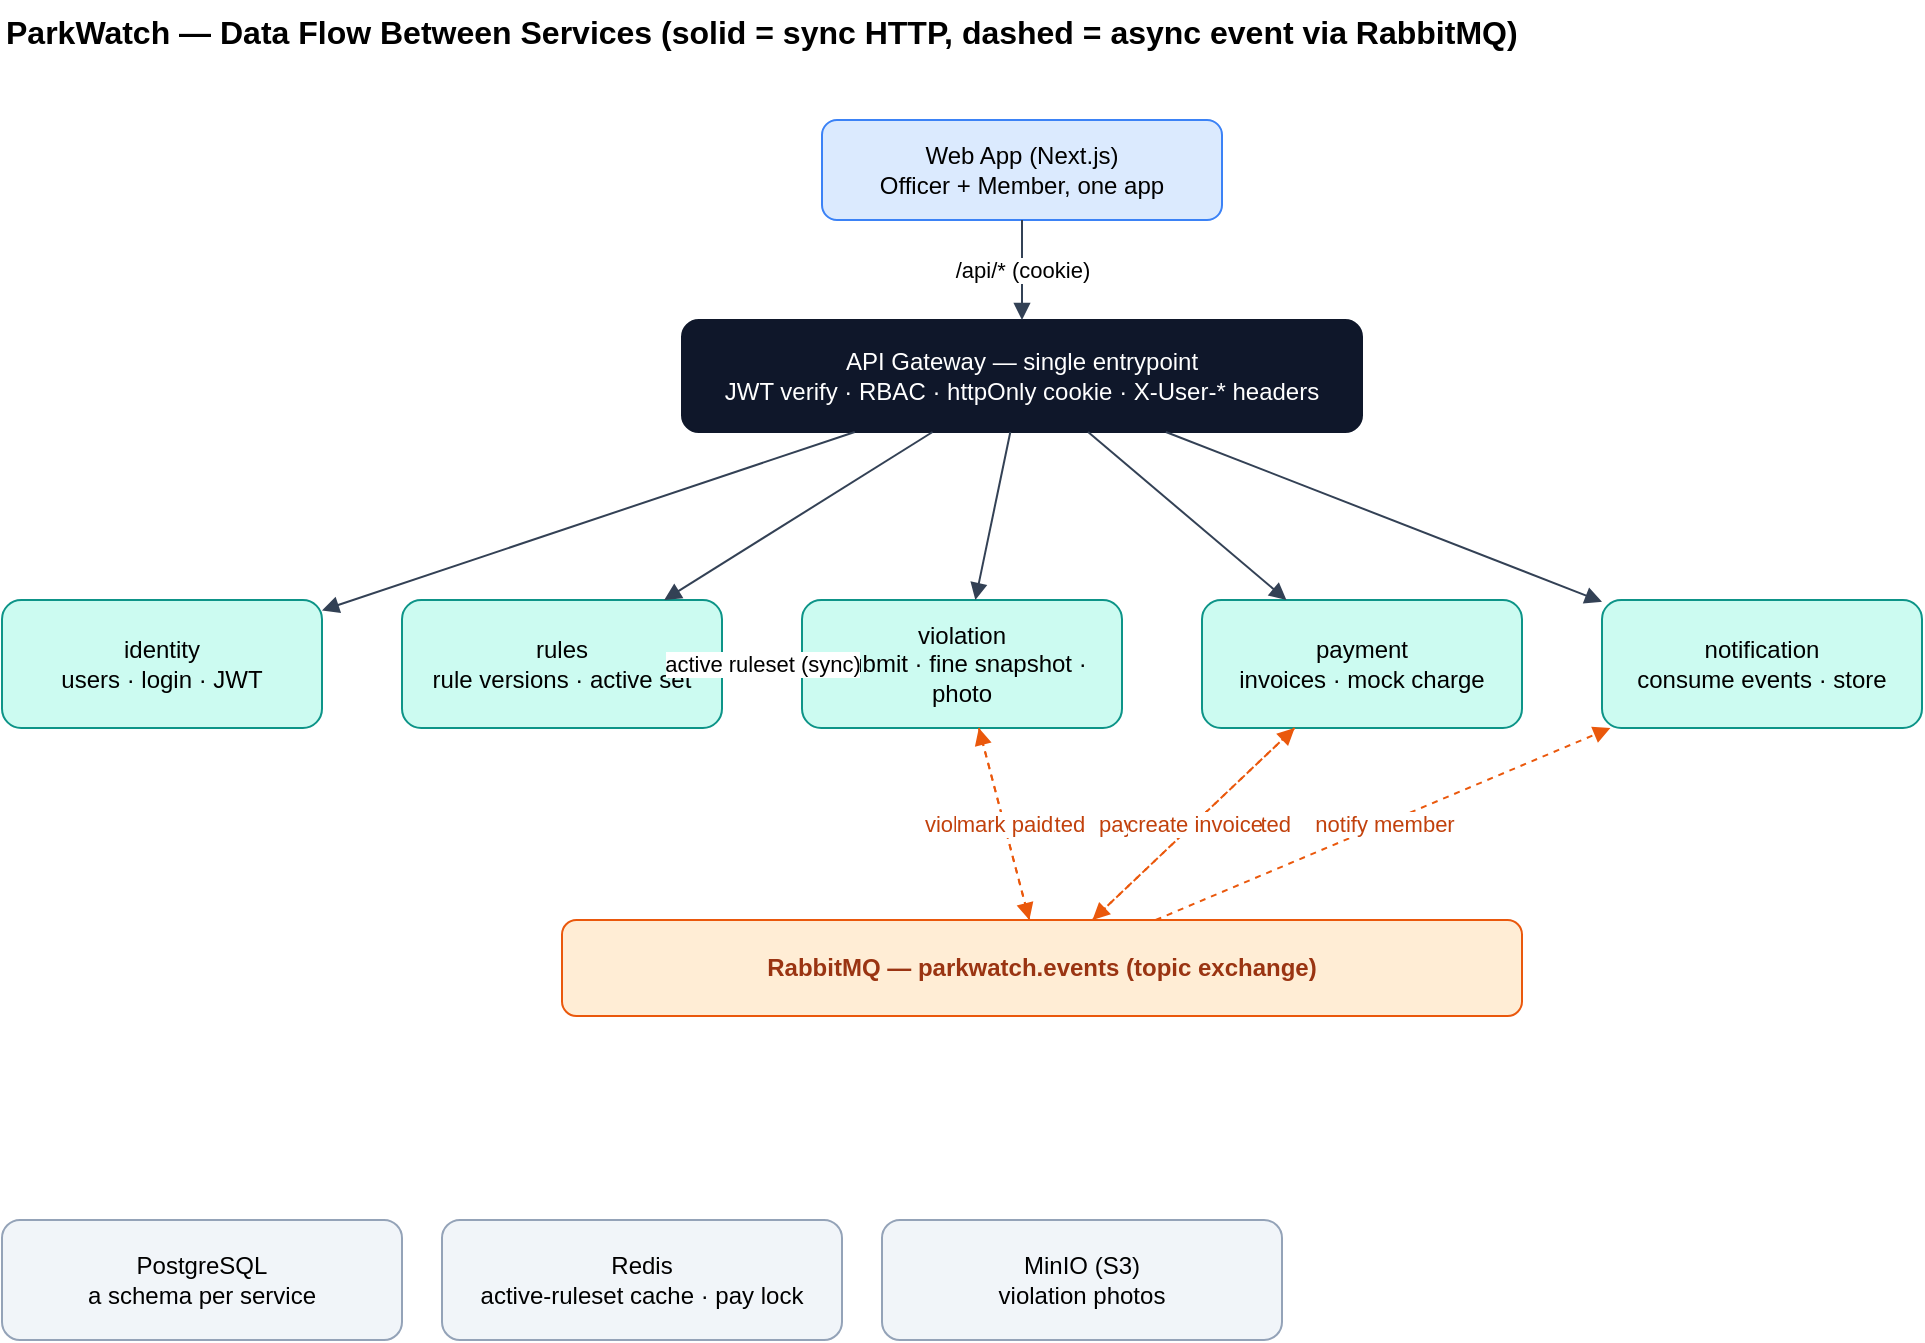
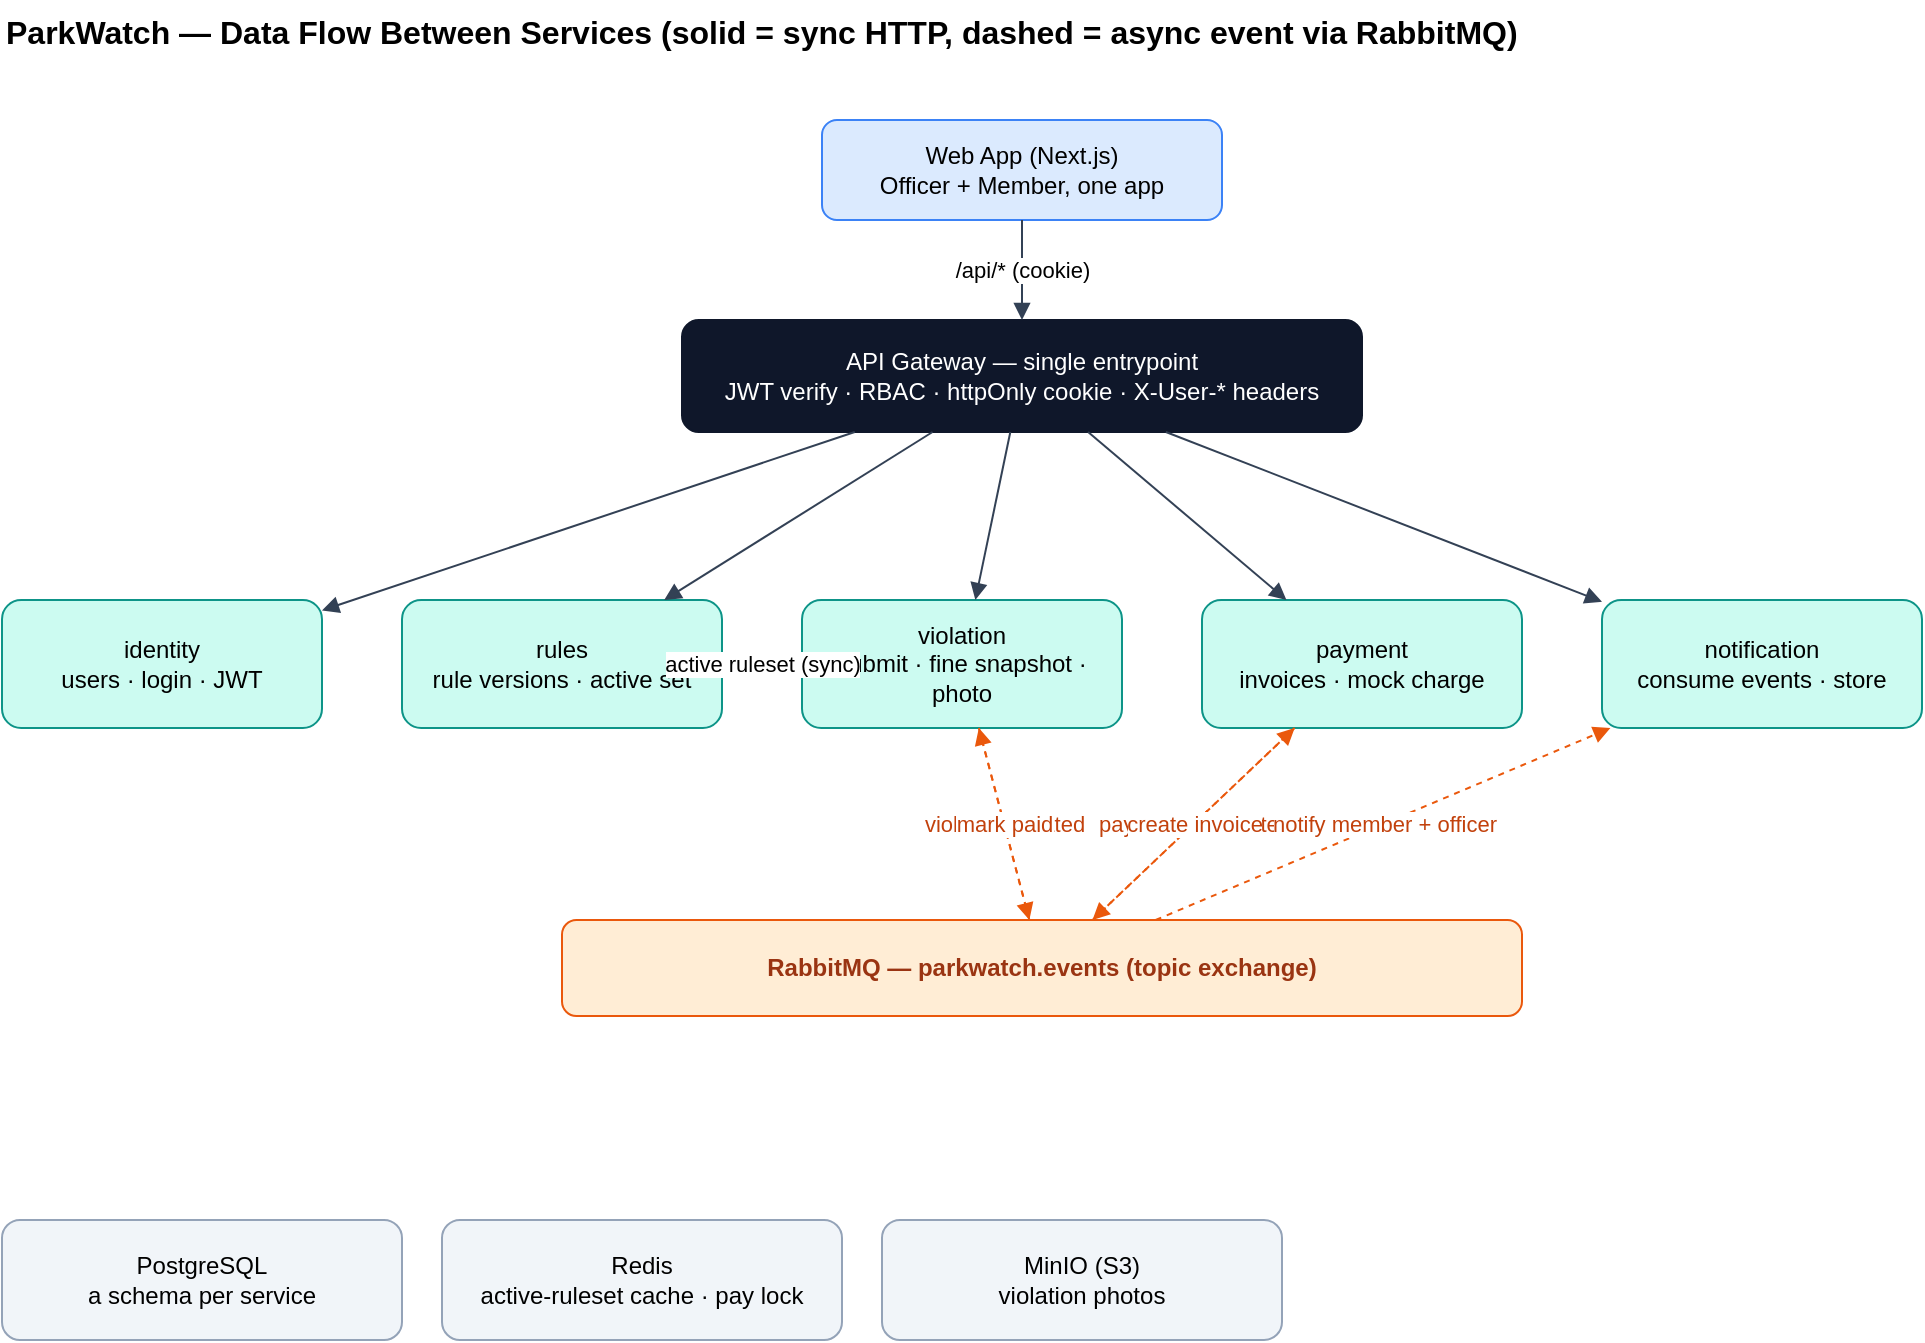
<mxfile host="app.diagrams.net" type="device">
  <diagram name="Data Flow" id="dataflow-1">
    <mxGraphModel dx="1040" dy="720" grid="1" gridSize="10" guides="1" tooltips="1" connect="1" arrows="1" fold="1" page="1" pageScale="1" pageWidth="1100" pageHeight="800" math="0" shadow="0">
      <root>
        <mxCell id="0" />
        <mxCell id="1" parent="0" />

        <mxCell id="title" value="ParkWatch — Data Flow Between Services (solid = sync HTTP, dashed = async event via RabbitMQ)" style="text;html=1;fontSize=16;fontStyle=1;align=left;" vertex="1" parent="1">
          <mxGeometry x="40" y="20" width="900" height="30" as="geometry" />
        </mxCell>

        <mxCell id="web" value="Web App (Next.js)&#10;Officer + Member, one app" style="rounded=1;whiteSpace=wrap;html=1;fillColor=#dbeafe;strokeColor=#3b82f6;" vertex="1" parent="1">
          <mxGeometry x="450" y="80" width="200" height="50" as="geometry" />
        </mxCell>
        <mxCell id="gw" value="API Gateway — single entrypoint&#10;JWT verify · RBAC · httpOnly cookie · X-User-* headers" style="rounded=1;whiteSpace=wrap;html=1;fillColor=#0f172a;fontColor=#ffffff;strokeColor=#0f172a;" vertex="1" parent="1">
          <mxGeometry x="380" y="180" width="340" height="56" as="geometry" />
        </mxCell>

        <mxCell id="identity" value="identity&#10;users · login · JWT" style="rounded=1;whiteSpace=wrap;html=1;fillColor=#ccfbf1;strokeColor=#0d9488;" vertex="1" parent="1">
          <mxGeometry x="40" y="320" width="160" height="64" as="geometry" />
        </mxCell>
        <mxCell id="rules" value="rules&#10;rule versions · active set" style="rounded=1;whiteSpace=wrap;html=1;fillColor=#ccfbf1;strokeColor=#0d9488;" vertex="1" parent="1">
          <mxGeometry x="240" y="320" width="160" height="64" as="geometry" />
        </mxCell>
        <mxCell id="violation" value="violation&#10;submit · fine snapshot · photo" style="rounded=1;whiteSpace=wrap;html=1;fillColor=#ccfbf1;strokeColor=#0d9488;" vertex="1" parent="1">
          <mxGeometry x="440" y="320" width="160" height="64" as="geometry" />
        </mxCell>
        <mxCell id="payment" value="payment&#10;invoices · mock charge" style="rounded=1;whiteSpace=wrap;html=1;fillColor=#ccfbf1;strokeColor=#0d9488;" vertex="1" parent="1">
          <mxGeometry x="640" y="320" width="160" height="64" as="geometry" />
        </mxCell>
        <mxCell id="notification" value="notification&#10;consume events · store" style="rounded=1;whiteSpace=wrap;html=1;fillColor=#ccfbf1;strokeColor=#0d9488;" vertex="1" parent="1">
          <mxGeometry x="840" y="320" width="160" height="64" as="geometry" />
        </mxCell>

        <mxCell id="mq" value="RabbitMQ — parkwatch.events (topic exchange)" style="rounded=1;whiteSpace=wrap;html=1;fillColor=#ffedd5;strokeColor=#ea580c;fontColor=#9a3412;fontStyle=1" vertex="1" parent="1">
          <mxGeometry x="320" y="480" width="480" height="48" as="geometry" />
        </mxCell>

        <mxCell id="pg" value="PostgreSQL&#10;a schema per service" style="rounded=1;whiteSpace=wrap;html=1;fillColor=#f1f5f9;strokeColor=#94a3b8;" vertex="1" parent="1">
          <mxGeometry x="40" y="630" width="200" height="60" as="geometry" />
        </mxCell>
        <mxCell id="redis" value="Redis&#10;active-ruleset cache · pay lock" style="rounded=1;whiteSpace=wrap;html=1;fillColor=#f1f5f9;strokeColor=#94a3b8;" vertex="1" parent="1">
          <mxGeometry x="260" y="630" width="200" height="60" as="geometry" />
        </mxCell>
        <mxCell id="minio" value="MinIO (S3)&#10;violation photos" style="rounded=1;whiteSpace=wrap;html=1;fillColor=#f1f5f9;strokeColor=#94a3b8;" vertex="1" parent="1">
          <mxGeometry x="480" y="630" width="200" height="60" as="geometry" />
        </mxCell>

        <mxCell id="e_web_gw" value="/api/* (cookie)" style="endArrow=block;html=1;strokeColor=#334155;" edge="1" parent="1" source="web" target="gw"><mxGeometry relative="1" as="geometry"/></mxCell>
        <mxCell id="e_gw_id" style="endArrow=block;html=1;strokeColor=#334155;" edge="1" parent="1" source="gw" target="identity"><mxGeometry relative="1" as="geometry"/></mxCell>
        <mxCell id="e_gw_ru" style="endArrow=block;html=1;strokeColor=#334155;" edge="1" parent="1" source="gw" target="rules"><mxGeometry relative="1" as="geometry"/></mxCell>
        <mxCell id="e_gw_vi" style="endArrow=block;html=1;strokeColor=#334155;" edge="1" parent="1" source="gw" target="violation"><mxGeometry relative="1" as="geometry"/></mxCell>
        <mxCell id="e_gw_pa" style="endArrow=block;html=1;strokeColor=#334155;" edge="1" parent="1" source="gw" target="payment"><mxGeometry relative="1" as="geometry"/></mxCell>
        <mxCell id="e_gw_no" style="endArrow=block;html=1;strokeColor=#334155;" edge="1" parent="1" source="gw" target="notification"><mxGeometry relative="1" as="geometry"/></mxCell>
        <mxCell id="e_vi_ru" value="active ruleset (sync)" style="endArrow=block;html=1;strokeColor=#334155;" edge="1" parent="1" source="violation" target="rules"><mxGeometry relative="1" as="geometry"/></mxCell>

        <mxCell id="e_vi_mq" value="violation.created" style="endArrow=block;html=1;dashed=1;strokeColor=#ea580c;fontColor=#c2410c;" edge="1" parent="1" source="violation" target="mq"><mxGeometry relative="1" as="geometry"/></mxCell>
        <mxCell id="e_pa_mq" value="payment.completed" style="endArrow=block;html=1;dashed=1;strokeColor=#ea580c;fontColor=#c2410c;" edge="1" parent="1" source="payment" target="mq"><mxGeometry relative="1" as="geometry"/></mxCell>
        <mxCell id="e_mq_pa" value="create invoice" style="endArrow=block;html=1;dashed=1;strokeColor=#ea580c;fontColor=#c2410c;" edge="1" parent="1" source="mq" target="payment"><mxGeometry relative="1" as="geometry"/></mxCell>
        <mxCell id="e_mq_vi" value="mark paid" style="endArrow=block;html=1;dashed=1;strokeColor=#ea580c;fontColor=#c2410c;" edge="1" parent="1" source="mq" target="violation"><mxGeometry relative="1" as="geometry"/></mxCell>
-         <mxCell id="e_mq_no" value="notify member" style="endArrow=block;html=1;dashed=1;strokeColor=#ea580c;fontColor=#c2410c;" edge="1" parent="1" source="mq" target="notification"><mxGeometry relative="1" as="geometry"/></mxCell>
+         <mxCell id="e_mq_no" value="notify member + officer" style="endArrow=block;html=1;dashed=1;strokeColor=#ea580c;fontColor=#c2410c;" edge="1" parent="1" source="mq" target="notification"><mxGeometry relative="1" as="geometry"/></mxCell>
      </root>
    </mxGraphModel>
  </diagram>
</mxfile>
